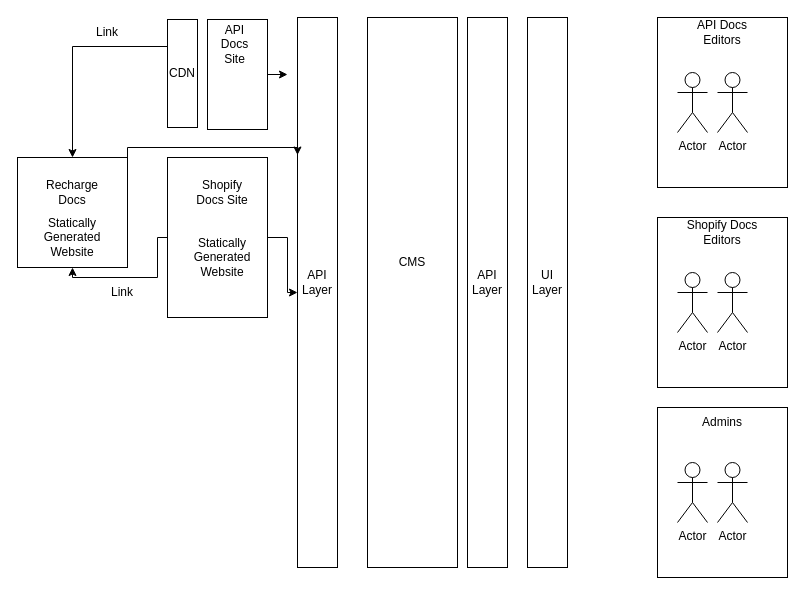
alexrsunrise/diagrams keeps this draw.io diagram as RechargeDocumentation/Recharge documentation overview.drawio. Above is the earlier version. Source tidied: cells renumbered, new cells numbered last; positions are measured from the earlier drawing's top-left corner, leaving out a move shared by most shapes. Both pictures are drawn from the tidied source at 100%, with x=0, y=0 at pixel (17, 17).
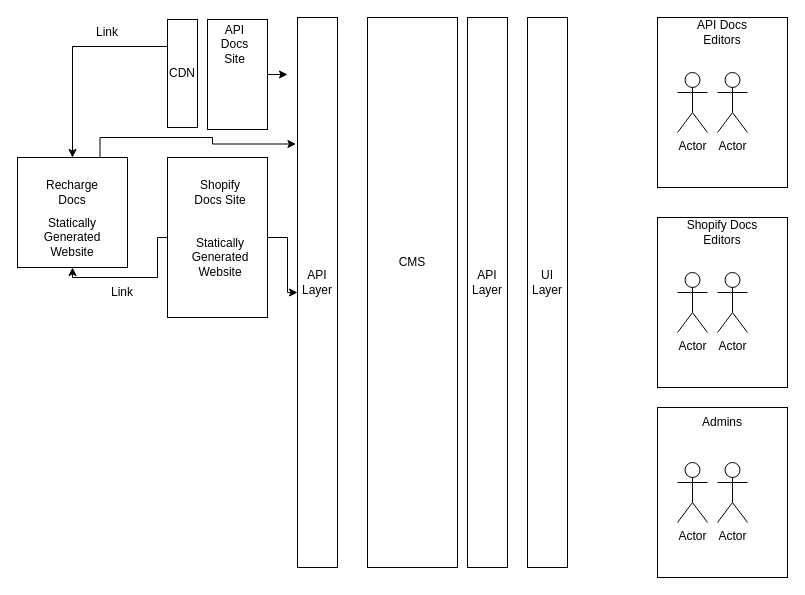
Above is the later version.

The change refers to these unchanged cells:
```xml
<mxCell id="20" style="rounded=0;whiteSpace=wrap;html=1;direction=south;" parent="1" vertex="1">
  <mxGeometry x="280" width="40" height="550" as="geometry" />
</mxCell>
<mxCell id="23" style="rounded=0;whiteSpace=wrap;html=1;" parent="1" vertex="1">
  <mxGeometry y="140" width="110" height="110" as="geometry" />
</mxCell>
```

The edit, as a diff of the source:
```diff
@@
-    <mxCell id="22" style="edgeStyle=orthogonalEdgeStyle;rounded=0;jettySize=auto;html=1;exitX=1;exitY=0.5;exitDx=0;exitDy=0;entryX=0.25;entryY=1;entryDx=0;entryDy=0;" parent="1" edge="1" source="23" target="20">
-      <mxGeometry relative="1" as="geometry">
-        <Array as="points">
-          <mxPoint x="110" y="130" />
-          <mxPoint x="280" y="130" />
-        </Array>
-      </mxGeometry>
+    <mxCell id="22" style="edgeStyle=orthogonalEdgeStyle;rounded=0;jettySize=auto;html=1;exitX=0.75;exitY=0;exitDx=0;exitDy=0;entryX=0.23;entryY=1.039;entryDx=0;entryDy=0;entryPerimeter=0;" parent="1" edge="1" source="23" target="20">
+      <mxGeometry relative="1" as="geometry" />
     </mxCell>
@@
     <mxCell id="33" value="Shopify Docs Site" style="text;html=1;strokeColor=none;fillColor=none;align=center;verticalAlign=middle;whiteSpace=wrap;rounded=0;" parent="1" vertex="1">
-      <mxGeometry x="175" y="160" width="60" height="30" as="geometry" />
+      <mxGeometry x="173" y="160" width="60" height="30" as="geometry" />
     </mxCell>
     <mxCell id="34" value="Statically Generated&lt;br&gt;Website" style="text;html=1;strokeColor=none;fillColor=none;align=center;verticalAlign=middle;whiteSpace=wrap;rounded=0;" parent="1" vertex="1">
-      <mxGeometry x="175" y="225" width="60" height="30" as="geometry" />
+      <mxGeometry x="173" y="225" width="60" height="30" as="geometry" />
     </mxCell>
```
